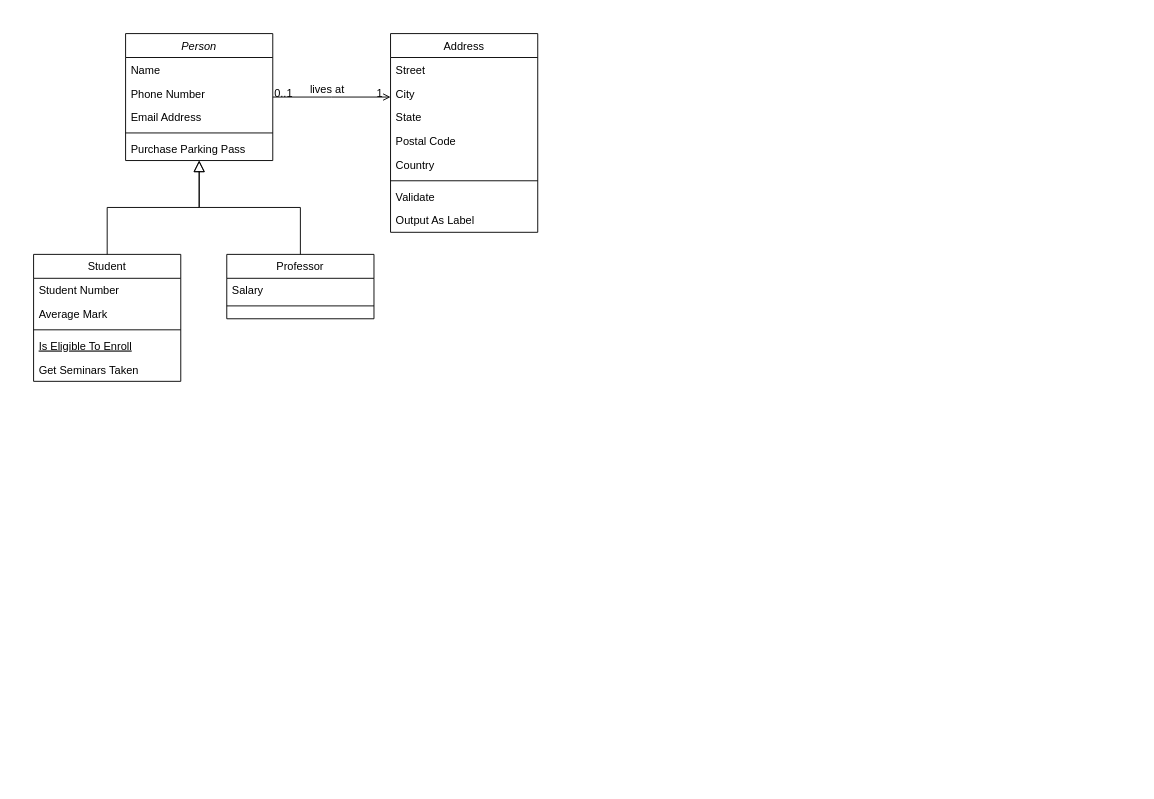
The draw.io diagram UIDO_Protocolos.drawio in ietchart/UIDO, before the edit. Source tidied: cells renumbered, new cells numbered last; positions are measured from the earlier drawing's top-left corner, leaving out a move shared by most shapes. Both pictures are drawn from the tidied source at 92%, with x=0, y=0 at pixel (33, 33).
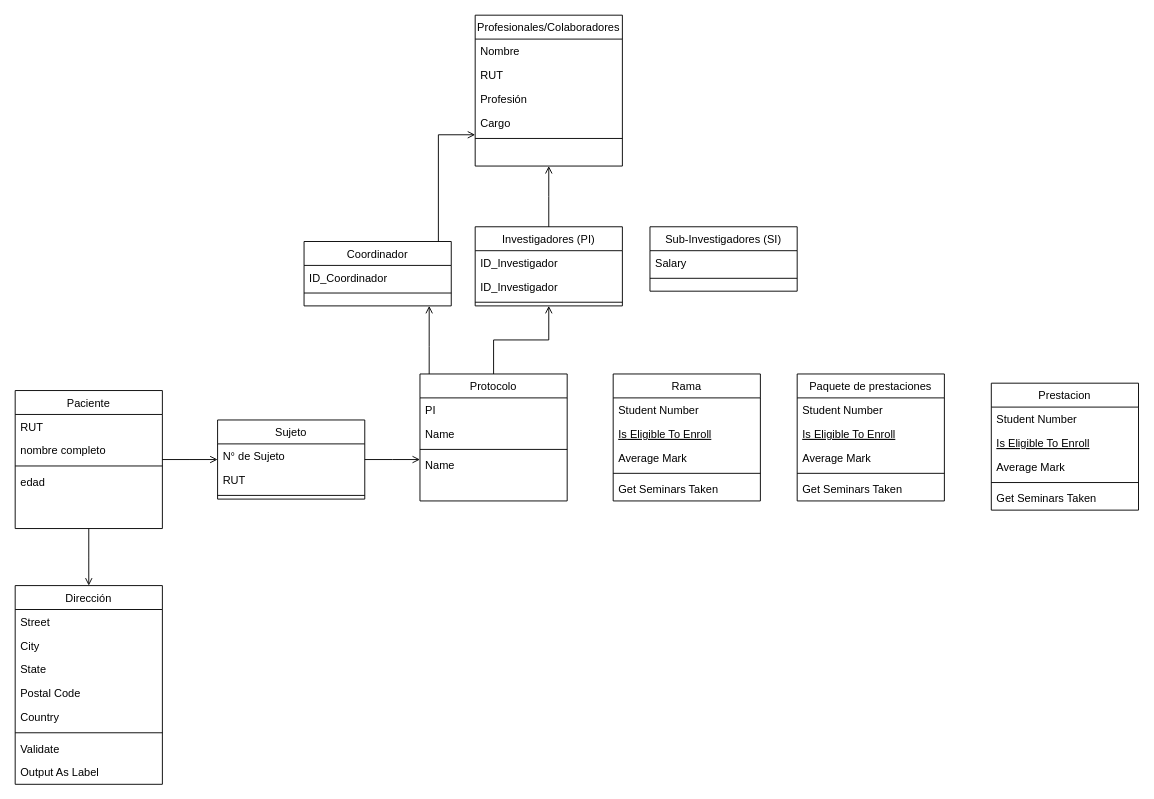
Above is the later version.

Diff of the diagram source:
```diff
@@
-    <mxCell id="2" value="Person" style="swimlane;fontStyle=2;align=center;verticalAlign=top;horizontal=1;startSize=26;rounded=0;shadow=0;strokeWidth=1;" parent="1" vertex="1">
-      <mxGeometry x="100" width="160" height="138" as="geometry" />
+    <mxCell id="2" value="Protocolo" style="swimlane;fontStyle=0;align=center;verticalAlign=top;horizontal=1;startSize=26;rounded=0;shadow=0;strokeWidth=1;" parent="1" vertex="1">
+      <mxGeometry x="420" y="370" width="160" height="138" as="geometry" />
     </mxCell>
-    <mxCell id="3" value="Name" style="text;align=left;verticalAlign=top;spacingLeft=4;spacingRight=4;overflow=hidden;" parent="2" vertex="1">
+    <mxCell id="3" value="PI" style="text;align=left;verticalAlign=top;spacingLeft=4;spacingRight=4;overflow=hidden;" parent="2" vertex="1">
       <mxGeometry y="26" width="160" height="26" as="geometry" />
     </mxCell>
-    <mxCell id="4" value="Phone Number" style="text;align=left;verticalAlign=top;spacingLeft=4;spacingRight=4;overflow=hidden;rounded=0;shadow=0;html=0;" parent="2" vertex="1">
-      <mxGeometry y="52" width="160" height="26" as="geometry" />
-    </mxCell>
-    <mxCell id="5" value="Email Address" style="text;align=left;verticalAlign=top;spacingLeft=4;spacingRight=4;overflow=hidden;rounded=0;shadow=0;html=0;" parent="2" vertex="1">
-      <mxGeometry y="78" width="160" height="26" as="geometry" />
-    </mxCell>
+    <mxCell id="32" value="Name" style="text;align=left;verticalAlign=top;spacingLeft=4;spacingRight=4;overflow=hidden;" parent="2" vertex="1">
+      <mxGeometry y="52" width="160" height="26" as="geometry" />
+    </mxCell>
     <mxCell id="6" style="line;html=1;strokeWidth=1;align=left;verticalAlign=middle;spacingTop=-1;spacingLeft=3;spacingRight=3;labelPosition=right;" parent="2" vertex="1">
-      <mxGeometry y="104" width="160" height="8" as="geometry" />
+      <mxGeometry y="78" width="160" height="8" as="geometry" />
     </mxCell>
-    <mxCell id="7" value="Purchase Parking Pass" style="text;align=left;verticalAlign=top;spacingLeft=4;spacingRight=4;overflow=hidden;" parent="2" vertex="1">
-      <mxGeometry y="112" width="160" height="26" as="geometry" />
-    </mxCell>
+    <mxCell id="33" value="Name" style="text;align=left;verticalAlign=top;spacingLeft=4;spacingRight=4;overflow=hidden;" parent="2" vertex="1">
+      <mxGeometry y="86" width="160" height="26" as="geometry" />
+    </mxCell>
-    <mxCell id="8" value="Student" style="swimlane;fontStyle=0;align=center;verticalAlign=top;horizontal=1;startSize=26;rounded=0;shadow=0;strokeWidth=1;" parent="1" vertex="1">
-      <mxGeometry y="240" width="160" height="138" as="geometry" />
+    <mxCell id="8" value="Paquete de prestaciones" style="swimlane;fontStyle=0;align=center;verticalAlign=top;horizontal=1;startSize=26;rounded=0;shadow=0;strokeWidth=1;" parent="1" vertex="1">
+      <mxGeometry x="830" y="370" width="160" height="138" as="geometry" />
     </mxCell>
@@
+    <mxCell id="12" value="Is Eligible To Enroll" style="text;align=left;verticalAlign=top;spacingLeft=4;spacingRight=4;overflow=hidden;fontStyle=4;" parent="8" vertex="1">
+      <mxGeometry y="52" width="160" height="26" as="geometry" />
+    </mxCell>
     <mxCell id="10" value="Average Mark" style="text;align=left;verticalAlign=top;spacingLeft=4;spacingRight=4;overflow=hidden;rounded=0;shadow=0;html=0;" parent="8" vertex="1">
-      <mxGeometry y="52" width="160" height="26" as="geometry" />
+      <mxGeometry y="78" width="160" height="26" as="geometry" />
     </mxCell>
     <mxCell id="11" style="line;html=1;strokeWidth=1;align=left;verticalAlign=middle;spacingTop=-1;spacingLeft=3;spacingRight=3;labelPosition=right;" parent="8" vertex="1">
-      <mxGeometry y="78" width="160" height="8" as="geometry" />
+      <mxGeometry y="104" width="160" height="8" as="geometry" />
     </mxCell>
-    <mxCell id="12" value="Is Eligible To Enroll" style="text;align=left;verticalAlign=top;spacingLeft=4;spacingRight=4;overflow=hidden;fontStyle=4;" parent="8" vertex="1">
-      <mxGeometry y="86" width="160" height="26" as="geometry" />
-    </mxCell>
@@
-    <mxCell id="14" style="endArrow=block;endSize=10;endFill=0;shadow=0;strokeWidth=1;rounded=0;edgeStyle=elbowEdgeStyle;elbow=vertical;" parent="1" edge="1" source="8" target="2">
-      <mxGeometry relative="1" as="geometry" />
-    </mxCell>
-    <mxCell id="15" value="Professor" style="swimlane;fontStyle=0;align=center;verticalAlign=top;horizontal=1;startSize=26;rounded=0;shadow=0;strokeWidth=1;" parent="1" vertex="1">
-      <mxGeometry x="210" y="240" width="160" height="70" as="geometry" />
+    <mxCell id="15" value="Investigadores (PI)&#10;" style="swimlane;fontStyle=0;align=center;verticalAlign=top;horizontal=1;startSize=26;rounded=0;shadow=0;strokeWidth=1;" parent="1" vertex="1">
+      <mxGeometry x="480" y="210" width="160" height="86" as="geometry" />
     </mxCell>
-    <mxCell id="16" value="Salary" style="text;align=left;verticalAlign=top;spacingLeft=4;spacingRight=4;overflow=hidden;" parent="15" vertex="1">
+    <mxCell id="16" value="ID_Investigador" style="text;align=left;verticalAlign=top;spacingLeft=4;spacingRight=4;overflow=hidden;" parent="15" vertex="1">
       <mxGeometry y="26" width="160" height="26" as="geometry" />
     </mxCell>
+    <mxCell id="34" value="ID_Investigador" style="text;align=left;verticalAlign=top;spacingLeft=4;spacingRight=4;overflow=hidden;" parent="15" vertex="1">
+      <mxGeometry y="52" width="160" height="26" as="geometry" />
+    </mxCell>
     <mxCell id="17" style="line;html=1;strokeWidth=1;align=left;verticalAlign=middle;spacingTop=-1;spacingLeft=3;spacingRight=3;labelPosition=right;" parent="15" vertex="1">
-      <mxGeometry y="52" width="160" height="8" as="geometry" />
+      <mxGeometry y="78" width="160" height="8" as="geometry" />
     </mxCell>
-    <mxCell id="18" style="endArrow=block;endSize=10;endFill=0;shadow=0;strokeWidth=1;rounded=0;edgeStyle=elbowEdgeStyle;elbow=vertical;" parent="1" edge="1" source="15" target="2">
-      <mxGeometry relative="1" as="geometry" />
-    </mxCell>
-    <mxCell id="19" value="Address" style="swimlane;fontStyle=0;align=center;verticalAlign=top;horizontal=1;startSize=26;rounded=0;shadow=0;strokeWidth=1;" parent="1" vertex="1">
-      <mxGeometry x="388" width="160" height="216" as="geometry" />
+    <mxCell id="19" value="Dirección" style="swimlane;fontStyle=0;align=center;verticalAlign=top;horizontal=1;startSize=26;rounded=0;shadow=0;strokeWidth=1;" parent="1" vertex="1">
+      <mxGeometry x="-20" y="600" width="160" height="216" as="geometry" />
     </mxCell>
@@
-    <mxCell id="28" style="endArrow=open;shadow=0;strokeWidth=1;rounded=0;endFill=1;edgeStyle=elbowEdgeStyle;elbow=vertical;" parent="1" edge="1" source="2" target="19">
-      <mxGeometry x="0.5" y="41" relative="1" as="geometry">
-        <mxPoint x="-40" y="32" as="offset" />
-      </mxGeometry>
-    </mxCell>
-    <mxCell id="29" value="0..1" style="align=left;verticalAlign=bottom;labelBackgroundColor=none;fontSize=12;" parent="28" vertex="1">
-      <mxGeometry x="-1" relative="1" as="geometry">
-        <mxPoint y="4" as="offset" />
-      </mxGeometry>
-    </mxCell>
-    <mxCell id="30" value="1" style="align=right;verticalAlign=bottom;labelBackgroundColor=none;fontSize=12;" parent="28" vertex="1">
-      <mxGeometry x="1" relative="1" as="geometry">
-        <mxPoint x="-7" y="4" as="offset" />
-      </mxGeometry>
-    </mxCell>
-    <mxCell id="31" value="lives at" style="text;html=1;align=center;verticalAlign=middle;labelBackgroundColor=none;rounded=0;shadow=0;strokeWidth=1;fontSize=12;" parent="28" vertex="1">
-      <mxGeometry x="0.5" y="49" relative="1" as="geometry">
-        <mxPoint x="-38" y="40" as="offset" />
-      </mxGeometry>
-    </mxCell>
+    <mxCell id="35" value="Prestacion" style="swimlane;fontStyle=0;align=center;verticalAlign=top;horizontal=1;startSize=26;rounded=0;shadow=0;strokeWidth=1;" parent="1" vertex="1">
+      <mxGeometry x="1041" y="380" width="160" height="138" as="geometry" />
+    </mxCell>
+    <mxCell id="36" value="Student Number" style="text;align=left;verticalAlign=top;spacingLeft=4;spacingRight=4;overflow=hidden;" parent="35" vertex="1">
+      <mxGeometry y="26" width="160" height="26" as="geometry" />
+    </mxCell>
+    <mxCell id="37" value="Is Eligible To Enroll" style="text;align=left;verticalAlign=top;spacingLeft=4;spacingRight=4;overflow=hidden;fontStyle=4;" parent="35" vertex="1">
+      <mxGeometry y="52" width="160" height="26" as="geometry" />
+    </mxCell>
+    <mxCell id="38" value="Average Mark" style="text;align=left;verticalAlign=top;spacingLeft=4;spacingRight=4;overflow=hidden;rounded=0;shadow=0;html=0;" parent="35" vertex="1">
+      <mxGeometry y="78" width="160" height="26" as="geometry" />
+    </mxCell>
+    <mxCell id="39" style="line;html=1;strokeWidth=1;align=left;verticalAlign=middle;spacingTop=-1;spacingLeft=3;spacingRight=3;labelPosition=right;" parent="35" vertex="1">
+      <mxGeometry y="104" width="160" height="8" as="geometry" />
+    </mxCell>
+    <mxCell id="40" value="Get Seminars Taken" style="text;align=left;verticalAlign=top;spacingLeft=4;spacingRight=4;overflow=hidden;" parent="35" vertex="1">
+      <mxGeometry y="112" width="160" height="26" as="geometry" />
+    </mxCell>
+    <mxCell id="41" value="Rama" style="swimlane;fontStyle=0;align=center;verticalAlign=top;horizontal=1;startSize=26;rounded=0;shadow=0;strokeWidth=1;" parent="1" vertex="1">
+      <mxGeometry x="630" y="370" width="160" height="138" as="geometry" />
+    </mxCell>
+    <mxCell id="42" value="Student Number" style="text;align=left;verticalAlign=top;spacingLeft=4;spacingRight=4;overflow=hidden;" parent="41" vertex="1">
+      <mxGeometry y="26" width="160" height="26" as="geometry" />
+    </mxCell>
+    <mxCell id="43" value="Is Eligible To Enroll" style="text;align=left;verticalAlign=top;spacingLeft=4;spacingRight=4;overflow=hidden;fontStyle=4;" parent="41" vertex="1">
+      <mxGeometry y="52" width="160" height="26" as="geometry" />
+    </mxCell>
+    <mxCell id="44" value="Average Mark" style="text;align=left;verticalAlign=top;spacingLeft=4;spacingRight=4;overflow=hidden;rounded=0;shadow=0;html=0;" parent="41" vertex="1">
+      <mxGeometry y="78" width="160" height="26" as="geometry" />
+    </mxCell>
+    <mxCell id="45" style="line;html=1;strokeWidth=1;align=left;verticalAlign=middle;spacingTop=-1;spacingLeft=3;spacingRight=3;labelPosition=right;" parent="41" vertex="1">
+      <mxGeometry y="104" width="160" height="8" as="geometry" />
+    </mxCell>
+    <mxCell id="46" value="Get Seminars Taken" style="text;align=left;verticalAlign=top;spacingLeft=4;spacingRight=4;overflow=hidden;" parent="41" vertex="1">
+      <mxGeometry y="112" width="160" height="26" as="geometry" />
+    </mxCell>
+    <mxCell id="47" value="Sujeto" style="swimlane;fontStyle=0;align=center;verticalAlign=top;horizontal=1;startSize=26;rounded=0;shadow=0;strokeWidth=1;" parent="1" vertex="1">
+      <mxGeometry x="200" y="420" width="160" height="86" as="geometry" />
+    </mxCell>
+    <mxCell id="48" value="N° de Sujeto" style="text;align=left;verticalAlign=top;spacingLeft=4;spacingRight=4;overflow=hidden;" parent="47" vertex="1">
+      <mxGeometry y="26" width="160" height="26" as="geometry" />
+    </mxCell>
+    <mxCell id="49" value="RUT&#10;" style="text;align=left;verticalAlign=top;spacingLeft=4;spacingRight=4;overflow=hidden;" parent="47" vertex="1">
+      <mxGeometry y="52" width="160" height="26" as="geometry" />
+    </mxCell>
+    <mxCell id="50" style="line;html=1;strokeWidth=1;align=left;verticalAlign=middle;spacingTop=-1;spacingLeft=3;spacingRight=3;labelPosition=right;" parent="47" vertex="1">
+      <mxGeometry y="78" width="160" height="8" as="geometry" />
+    </mxCell>
+    <mxCell id="51" value="Paciente" style="swimlane;fontStyle=0;align=center;verticalAlign=top;horizontal=1;startSize=26;rounded=0;shadow=0;strokeWidth=1;" parent="1" vertex="1">
+      <mxGeometry x="-20" y="388" width="160" height="150" as="geometry" />
+    </mxCell>
+    <mxCell id="52" value="RUT&#10;" style="text;align=left;verticalAlign=top;spacingLeft=4;spacingRight=4;overflow=hidden;" parent="51" vertex="1">
+      <mxGeometry y="26" width="160" height="26" as="geometry" />
+    </mxCell>
+    <mxCell id="53" value="nombre completo" style="text;align=left;verticalAlign=top;spacingLeft=4;spacingRight=4;overflow=hidden;" parent="51" vertex="1">
+      <mxGeometry y="52" width="160" height="26" as="geometry" />
+    </mxCell>
+    <mxCell id="54" style="line;html=1;strokeWidth=1;align=left;verticalAlign=middle;spacingTop=-1;spacingLeft=3;spacingRight=3;labelPosition=right;" parent="51" vertex="1">
+      <mxGeometry y="78" width="160" height="8" as="geometry" />
+    </mxCell>
+    <mxCell id="55" value="edad" style="text;align=left;verticalAlign=top;spacingLeft=4;spacingRight=4;overflow=hidden;" parent="51" vertex="1">
+      <mxGeometry y="86" width="160" height="64" as="geometry" />
+    </mxCell>
+    <mxCell id="56" style="endArrow=open;shadow=0;strokeWidth=1;rounded=0;endFill=1;edgeStyle=elbowEdgeStyle;elbow=vertical;" parent="1" edge="1" source="51" target="19">
+      <mxGeometry x="0.5" y="41" relative="1" as="geometry">
+        <mxPoint x="-40" y="32" as="offset" />
+      </mxGeometry>
+    </mxCell>
+    <mxCell id="57" style="endArrow=open;shadow=0;strokeWidth=1;rounded=0;endFill=1;edgeStyle=elbowEdgeStyle;elbow=vertical;" parent="1" edge="1" source="51" target="47">
+      <mxGeometry x="0.5" y="41" relative="1" as="geometry">
+        <mxPoint x="-40" y="32" as="offset" />
+      </mxGeometry>
+    </mxCell>
+    <mxCell id="58" style="endArrow=open;shadow=0;strokeWidth=1;rounded=0;endFill=1;edgeStyle=elbowEdgeStyle;elbow=vertical;" parent="1" edge="1" source="47" target="2">
+      <mxGeometry x="0.5" y="41" relative="1" as="geometry">
+        <mxPoint x="-40" y="32" as="offset" />
+      </mxGeometry>
+    </mxCell>
+    <mxCell id="59" value="Sub-Investigadores (SI)&#10;" style="swimlane;fontStyle=0;align=center;verticalAlign=top;horizontal=1;startSize=26;rounded=0;shadow=0;strokeWidth=1;" parent="1" vertex="1">
+      <mxGeometry x="670" y="210" width="160" height="70" as="geometry" />
+    </mxCell>
+    <mxCell id="60" value="Salary" style="text;align=left;verticalAlign=top;spacingLeft=4;spacingRight=4;overflow=hidden;" parent="59" vertex="1">
+      <mxGeometry y="26" width="160" height="26" as="geometry" />
+    </mxCell>
+    <mxCell id="61" style="line;html=1;strokeWidth=1;align=left;verticalAlign=middle;spacingTop=-1;spacingLeft=3;spacingRight=3;labelPosition=right;" parent="59" vertex="1">
+      <mxGeometry y="52" width="160" height="8" as="geometry" />
+    </mxCell>
+    <mxCell id="62" value="Coordinador" style="swimlane;fontStyle=0;align=center;verticalAlign=top;horizontal=1;startSize=26;rounded=0;shadow=0;strokeWidth=1;" parent="1" vertex="1">
+      <mxGeometry x="294" y="226" width="160" height="70" as="geometry" />
+    </mxCell>
+    <mxCell id="63" value="ID_Coordinador" style="text;align=left;verticalAlign=top;spacingLeft=4;spacingRight=4;overflow=hidden;" parent="62" vertex="1">
+      <mxGeometry y="26" width="160" height="26" as="geometry" />
+    </mxCell>
+    <mxCell id="64" style="line;html=1;strokeWidth=1;align=left;verticalAlign=middle;spacingTop=-1;spacingLeft=3;spacingRight=3;labelPosition=right;" parent="62" vertex="1">
+      <mxGeometry y="52" width="160" height="8" as="geometry" />
+    </mxCell>
+    <mxCell id="65" value="Profesionales/Colaboradores" style="swimlane;fontStyle=0;align=center;verticalAlign=top;horizontal=1;startSize=26;rounded=0;shadow=0;strokeWidth=1;" parent="1" vertex="1">
+      <mxGeometry x="480" y="-20" width="160" height="164" as="geometry" />
+    </mxCell>
+    <mxCell id="66" value="Nombre" style="text;align=left;verticalAlign=top;spacingLeft=4;spacingRight=4;overflow=hidden;" parent="65" vertex="1">
+      <mxGeometry y="26" width="160" height="26" as="geometry" />
+    </mxCell>
+    <mxCell id="67" value="RUT" style="text;align=left;verticalAlign=top;spacingLeft=4;spacingRight=4;overflow=hidden;" parent="65" vertex="1">
+      <mxGeometry y="52" width="160" height="26" as="geometry" />
+    </mxCell>
+    <mxCell id="68" value="Profesión" style="text;align=left;verticalAlign=top;spacingLeft=4;spacingRight=4;overflow=hidden;" parent="65" vertex="1">
+      <mxGeometry y="78" width="160" height="26" as="geometry" />
+    </mxCell>
+    <mxCell id="69" value="Cargo" style="text;align=left;verticalAlign=top;spacingLeft=4;spacingRight=4;overflow=hidden;" parent="65" vertex="1">
+      <mxGeometry y="104" width="160" height="26" as="geometry" />
+    </mxCell>
+    <mxCell id="70" style="line;html=1;strokeWidth=1;align=left;verticalAlign=middle;spacingTop=-1;spacingLeft=3;spacingRight=3;labelPosition=right;" parent="65" vertex="1">
+      <mxGeometry y="130" width="160" height="8" as="geometry" />
+    </mxCell>
+    <mxCell id="71" style="endArrow=open;shadow=0;strokeWidth=1;rounded=0;endFill=1;edgeStyle=elbowEdgeStyle;elbow=vertical;" parent="1" edge="1" source="2" target="15">
+      <mxGeometry x="0.5" y="41" relative="1" as="geometry">
+        <mxPoint x="-40" y="32" as="offset" />
+      </mxGeometry>
+    </mxCell>
+    <mxCell id="72" style="endArrow=open;shadow=0;strokeWidth=1;rounded=0;endFill=1;edgeStyle=elbowEdgeStyle;elbow=vertical;" parent="1" edge="1" source="15" target="65">
+      <mxGeometry x="0.5" y="41" relative="1" as="geometry">
+        <mxPoint x="-40" y="32" as="offset" />
+      </mxGeometry>
+    </mxCell>
+    <mxCell id="73" style="endArrow=open;shadow=0;strokeWidth=1;rounded=0;endFill=1;edgeStyle=elbowEdgeStyle;elbow=vertical;" parent="1" edge="1" source="2" target="62">
+      <mxGeometry x="0.5" y="41" relative="1" as="geometry">
+        <Array as="points">
+          <mxPoint x="430" y="340" />
+        </Array>
+        <mxPoint x="-40" y="32" as="offset" />
+      </mxGeometry>
+    </mxCell>
+    <mxCell id="74" style="endArrow=open;shadow=0;strokeWidth=1;rounded=0;endFill=1;edgeStyle=elbowEdgeStyle;elbow=vertical;" parent="1" edge="1" source="62" target="65">
+      <mxGeometry x="0.5" y="41" relative="1" as="geometry">
+        <Array as="points">
+          <mxPoint x="440" y="110" />
+        </Array>
+        <mxPoint x="-40" y="32" as="offset" />
+      </mxGeometry>
+    </mxCell>
```
